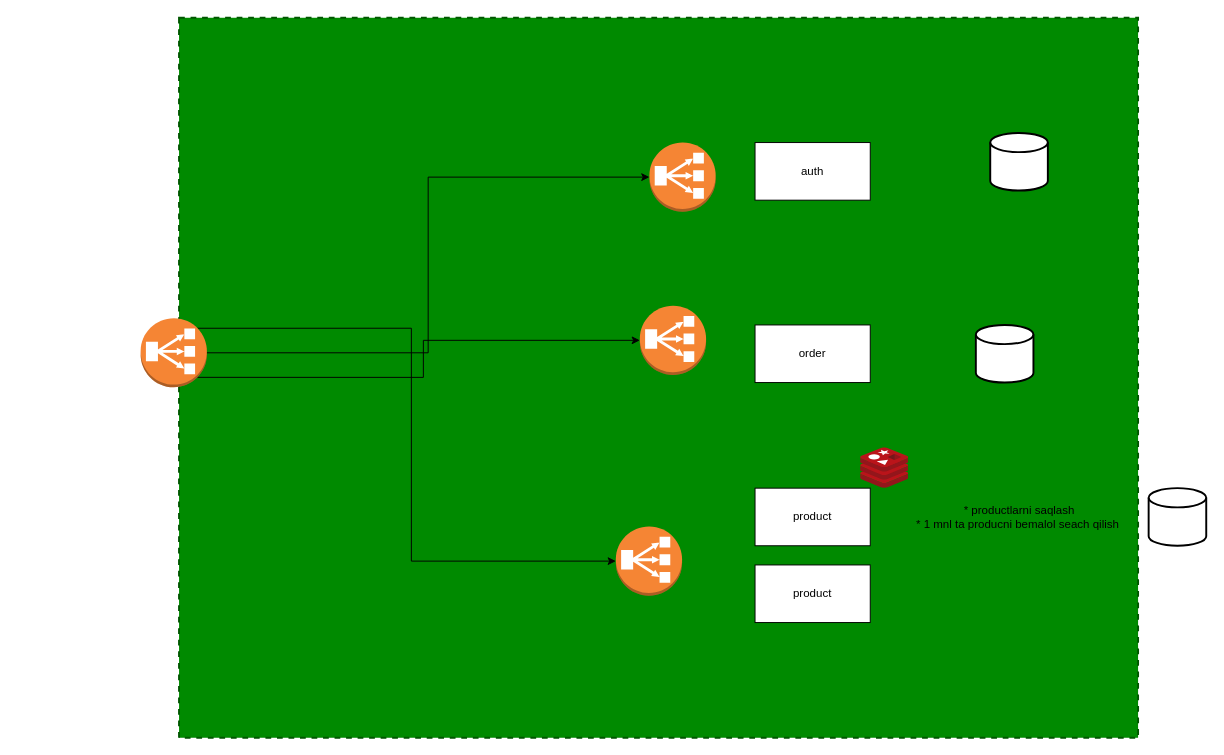
The draw.io diagram page "Page-3" (3 of 3) of architecture.drawio in komilovqudratjon/microservice-najot-n7-group, before the edit. Source tidied: cells renumbered, new cells numbered last; positions are measured from the earlier drawing's top-left corner, leaving out a move shared by most shapes. Both pictures are drawn from the tidied source at 96%, with x=0, y=0 at pixel (140, 17).
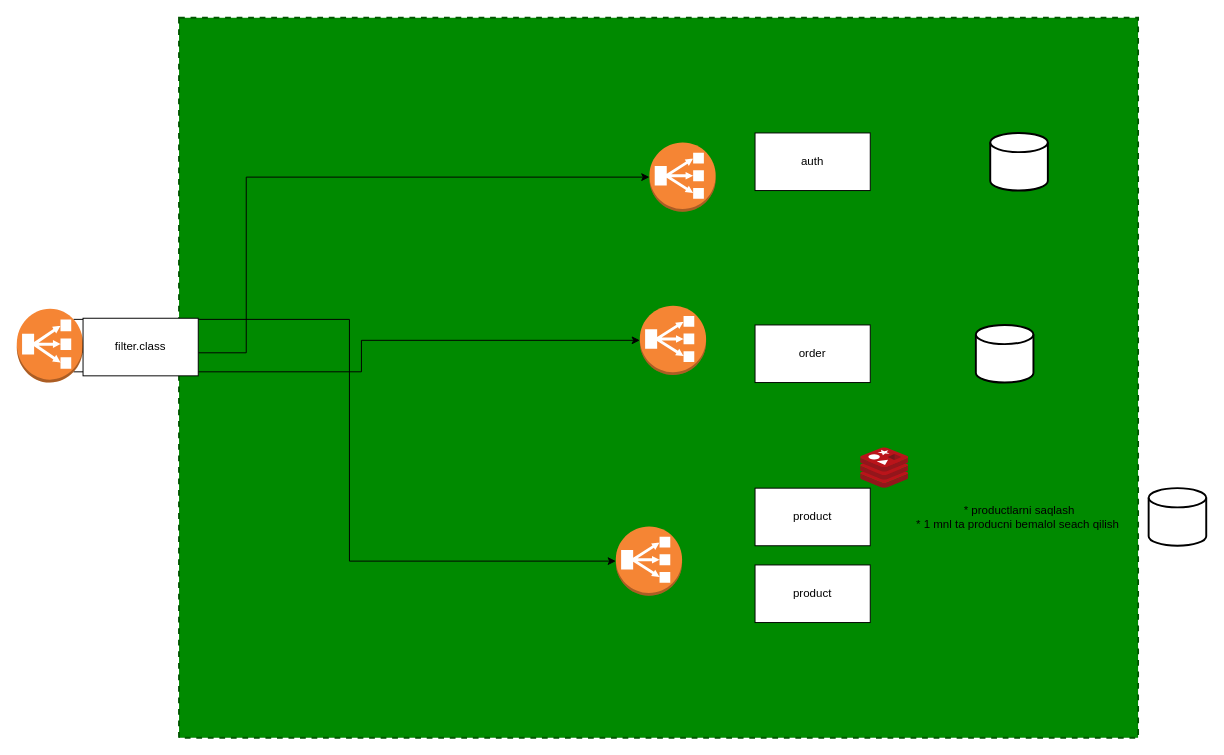
The same diagram, later.

The change refers to these unchanged cells:
```xml
<mxCell id="15" style="outlineConnect=0;dashed=0;verticalLabelPosition=bottom;verticalAlign=top;align=center;html=1;shape=mxgraph.aws3.classic_load_balancer;fillColor=#F58534;gradientColor=none;" parent="1" vertex="1">
  <mxGeometry x="530" y="130" width="69" height="72" as="geometry" />
</mxCell>
```

The edit, as a diff of the source:
```diff
@@
     <mxCell id="3" style="edgeStyle=orthogonalEdgeStyle;rounded=0;jettySize=auto;html=1;exitX=1;exitY=0.5;exitDx=0;exitDy=0;exitPerimeter=0;entryX=0;entryY=0.5;entryDx=0;entryDy=0;entryPerimeter=0;" parent="1" edge="1" source="6" target="15">
-      <mxGeometry relative="1" as="geometry" />
+      <mxGeometry relative="1" as="geometry">
+        <Array as="points">
+          <mxPoint x="110" y="349" />
+          <mxPoint x="110" y="166" />
+        </Array>
+      </mxGeometry>
     </mxCell>
@@
     <mxCell id="6" style="outlineConnect=0;dashed=0;verticalLabelPosition=bottom;verticalAlign=top;align=center;html=1;shape=mxgraph.aws3.classic_load_balancer;fillColor=#F58534;gradientColor=none;" parent="1" vertex="1">
-      <mxGeometry y="313" width="69" height="72" as="geometry" />
+      <mxGeometry x="-129" y="303" width="69" height="77" as="geometry" />
     </mxCell>
     <mxCell id="7" value="auth" style="rounded=0;whiteSpace=wrap;html=1;" parent="1" vertex="1">
-      <mxGeometry x="640" y="130" width="120" height="60" as="geometry" />
+      <mxGeometry x="640" y="120" width="120" height="60" as="geometry" />
     </mxCell>
@@
+    <mxCell id="19" value="filter.class" style="rounded=0;whiteSpace=wrap;html=1;" parent="1" vertex="1">
+      <mxGeometry x="-60" y="313" width="120" height="60" as="geometry" />
+    </mxCell>
```
